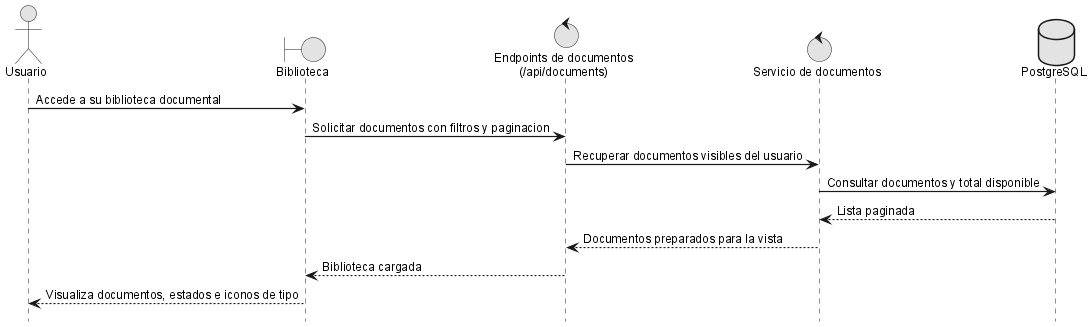
Above: anexos/diagramas/seq-list-documents.png in ErDeivih/DocumentChain (PlantUML), before the change.
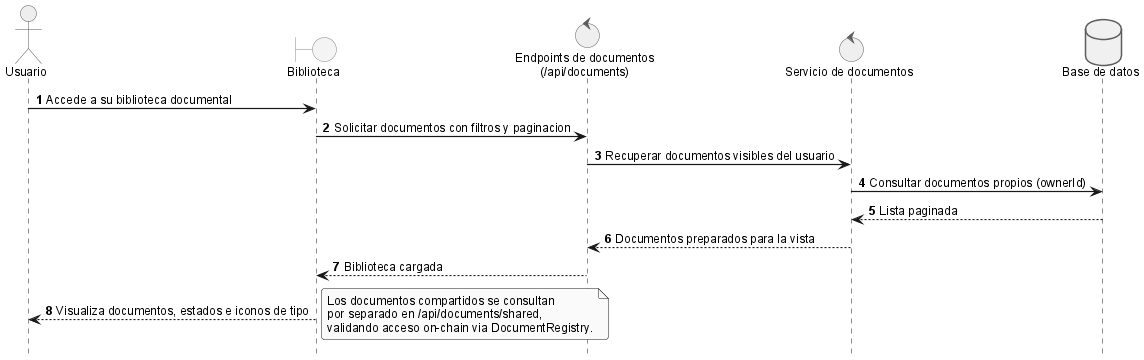
Later version of the same file.

Diff of the diagram source:
```diff
@@ -4,15 +4,21 @@
 boundary "Biblioteca" as ui
 control "Endpoints de documentos\n(/api/documents)" as docApi
 control "Servicio de documentos" as srv
-database "PostgreSQL" as db
+database "Base de datos" as db
 
 user -> ui: Accede a su biblioteca documental
 ui -> docApi: Solicitar documentos con filtros y paginacion
 docApi -> srv: Recuperar documentos visibles del usuario
-srv -> db: Consultar documentos y total disponible
+srv -> db: Consultar documentos propios (ownerId)
 db --> srv: Lista paginada
 srv --> docApi: Documentos preparados para la vista
 docApi --> ui: Biblioteca cargada
 ui --> user: Visualiza documentos, estados e iconos de tipo
 
+note right
+  Los documentos compartidos se consultan
+  por separado en /api/documents/shared,
+  validando acceso on-chain via DocumentRegistry.
+end note
+
 @enduml
```
